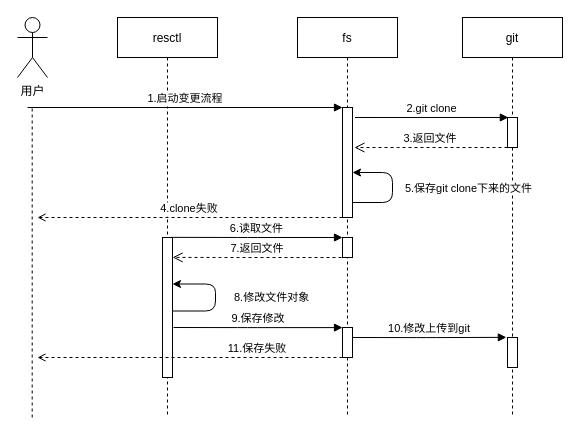
Above: Untitled Diagram.drawio in cv1002/iProject (draw.io), before the change. Source tidied: cells renumbered, new cells numbered last; positions are measured from the earlier drawing's top-left corner, leaving out a move shared by most shapes. Both pictures are drawn from the tidied source at 100%, with x=0, y=0 at pixel (17, 17).
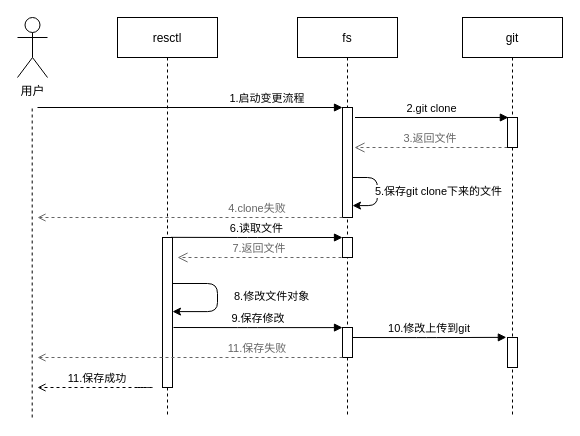
After the change.

The change refers to these unchanged cells:
```xml
<mxCell id="2" value="resctl" style="shape=umlLifeline;perimeter=lifelinePerimeter;rounded=0;shadow=0;strokeWidth=1;" parent="1" vertex="1">
  <mxGeometry x="100" width="100" height="400" as="geometry" />
</mxCell>
<mxCell id="11" style="points=[];perimeter=orthogonalPerimeter;rounded=0;shadow=0;strokeWidth=1;" parent="1" vertex="1">
  <mxGeometry x="325" y="90" width="10" height="110" as="geometry" />
</mxCell>
<mxCell id="15" style="points=[];perimeter=orthogonalPerimeter;rounded=0;shadow=0;strokeWidth=1;" parent="1" vertex="1">
  <mxGeometry x="490" y="100" width="10" height="30" as="geometry" />
</mxCell>
```

Diff of the diagram source:
```diff
@@
     <mxCell id="3" style="points=[];perimeter=orthogonalPerimeter;rounded=0;shadow=0;strokeWidth=1;" parent="2" vertex="1">
-      <mxGeometry x="45" y="220" width="10" height="140" as="geometry" />
+      <mxGeometry x="45" y="220" width="10" height="150" as="geometry" />
     </mxCell>
-    <mxCell id="4" style="edgeStyle=segmentEdgeStyle;endArrow=classic;html=1;" parent="2" edge="1">
+    <mxCell id="4" style="edgeStyle=segmentEdgeStyle;endArrow=classic;html=1;entryX=1.3;entryY=0.494;entryDx=0;entryDy=0;entryPerimeter=0;" parent="2" edge="1">
       <mxGeometry relative="1" as="geometry">
-        <mxPoint x="55" y="293.5" as="sourcePoint" />
-        <mxPoint x="55" y="266.5" as="targetPoint" />
+        <mxPoint x="55" y="266" as="sourcePoint" />
+        <mxPoint x="55" y="294.1" as="targetPoint" />
         <Array as="points">
-          <mxPoint x="98" y="293.5" />
-          <mxPoint x="98" y="266.5" />
+          <mxPoint x="100" y="266" />
+          <mxPoint x="100" y="294" />
         </Array>
       </mxGeometry>
     </mxCell>
     <mxCell id="5" value="&amp;nbsp; 8.修改文件对象" style="edgeLabel;html=1;align=center;verticalAlign=middle;" parent="4" vertex="1">
       <mxGeometry x="-0.01" y="1" relative="1" as="geometry">
-        <mxPoint x="53" y="-1" as="offset" />
+        <mxPoint x="49" y="-1" as="offset" />
       </mxGeometry>
     </mxCell>
@@
-    <mxCell id="8" value="3.返回文件" style="verticalAlign=bottom;endArrow=open;dashed=1;endSize=8;shadow=0;strokeWidth=1;" parent="1" edge="1" source="15">
+    <mxCell id="8" value="3.返回文件" style="verticalAlign=bottom;endArrow=open;dashed=1;endSize=8;shadow=0;strokeWidth=1;strokeColor=#666666;fontColor=#666666;" parent="1" edge="1" source="15">
       <mxGeometry relative="1" as="geometry">
         <mxPoint x="337" y="130" as="targetPoint" />
         <Array as="points">
           <mxPoint x="390" y="130" />
         </Array>
       </mxGeometry>
     </mxCell>
@@
     <mxCell id="10" value="1.启动变更流程" style="verticalAlign=bottom;endArrow=block;shadow=0;strokeWidth=1;" parent="1" edge="1" target="11">
-      <mxGeometry relative="1" as="geometry">
-        <mxPoint x="10" y="90" as="sourcePoint" />
+      <mxGeometry x="0.51" relative="1" as="geometry">
+        <mxPoint x="20" y="90" as="sourcePoint" />
       </mxGeometry>
     </mxCell>
@@
-    <mxCell id="16" style="edgeStyle=segmentEdgeStyle;endArrow=classic;html=1;" parent="1" edge="1">
-      <mxGeometry relative="1" as="geometry">
-        <mxPoint x="335" y="185" as="sourcePoint" />
-        <mxPoint x="335" y="155" as="targetPoint" />
-        <Array as="points">
-          <mxPoint x="375" y="185" />
-          <mxPoint x="375" y="155" />
-        </Array>
-      </mxGeometry>
-    </mxCell>
-    <mxCell id="17" value="5.保存git clone下来的文件" style="edgeLabel;html=1;align=center;verticalAlign=middle;" parent="16" vertex="1">
-      <mxGeometry x="-0.01" y="1" relative="1" as="geometry">
-        <mxPoint x="76" y="-1" as="offset" />
-      </mxGeometry>
-    </mxCell>
-    <mxCell id="18" value="4.clone失败" style="verticalAlign=bottom;endArrow=open;shadow=0;strokeWidth=1;dashed=1;" parent="1" edge="1">
-      <mxGeometry relative="1" as="geometry">
+    <mxCell id="18" value="4.clone失败" style="verticalAlign=bottom;endArrow=open;shadow=0;strokeWidth=1;dashed=1;strokeColor=#666666;fontColor=#666666;" parent="1" edge="1">
+      <mxGeometry x="-0.44" relative="1" as="geometry">
         <mxPoint x="325" y="200" as="sourcePoint" />
         <mxPoint x="20" y="200" as="targetPoint" />
       </mxGeometry>
     </mxCell>
@@
-    <mxCell id="21" value="7.返回文件" style="verticalAlign=bottom;endArrow=open;dashed=1;endSize=8;shadow=0;strokeWidth=1;entryX=1.014;entryY=0.142;entryDx=0;entryDy=0;entryPerimeter=0;" parent="1" edge="1" target="3">
+    <mxCell id="21" value="7.返回文件" style="verticalAlign=bottom;endArrow=open;dashed=1;endSize=8;shadow=0;strokeWidth=1;strokeColor=#666666;fontColor=#666666;" parent="1" edge="1">
       <mxGeometry relative="1" as="geometry">
         <mxPoint x="324" y="240" as="sourcePoint" />
+        <mxPoint x="160" y="240" as="targetPoint" />
         <Array as="points">
           <mxPoint x="213" y="240" />
         </Array>
       </mxGeometry>
     </mxCell>
@@
-    <mxCell id="25" value="11.保存失败" style="verticalAlign=bottom;endArrow=open;shadow=0;strokeWidth=1;dashed=1;" parent="1" edge="1">
+    <mxCell id="25" value="11.保存失败" style="verticalAlign=bottom;endArrow=open;shadow=0;strokeWidth=1;dashed=1;strokeColor=#666666;fontColor=#666666;" parent="1" edge="1">
       <mxGeometry x="-0.44" relative="1" as="geometry">
         <mxPoint x="325" y="340" as="sourcePoint" />
         <mxPoint x="20" y="340" as="targetPoint" />
       </mxGeometry>
     </mxCell>
+    <mxCell id="26" value="11.保存成功" style="verticalAlign=bottom;endArrow=open;shadow=0;strokeWidth=1;dashed=1;" parent="1" edge="1">
+      <mxGeometry x="0.14" relative="1" as="geometry">
+        <mxPoint x="120" y="370" as="sourcePoint" />
+        <mxPoint x="20" y="370" as="targetPoint" />
+        <Array as="points">
+          <mxPoint x="140" y="370" />
+        </Array>
+      </mxGeometry>
+    </mxCell>
+    <mxCell id="27" style="edgeStyle=segmentEdgeStyle;endArrow=classic;html=1;entryX=1.3;entryY=0.494;entryDx=0;entryDy=0;entryPerimeter=0;" parent="1" edge="1">
+      <mxGeometry relative="1" as="geometry">
+        <mxPoint x="335" y="160" as="sourcePoint" />
+        <mxPoint x="335" y="188.1" as="targetPoint" />
+        <Array as="points">
+          <mxPoint x="360" y="160" />
+          <mxPoint x="360" y="188" />
+        </Array>
+      </mxGeometry>
+    </mxCell>
+    <mxCell id="17" value="5.保存git clone下来的文件" style="edgeLabel;html=1;align=center;verticalAlign=middle;" parent="27" vertex="1">
+      <mxGeometry x="-0.01" y="1" relative="1" as="geometry">
+        <mxPoint x="59" y="-1" as="offset" />
+      </mxGeometry>
+    </mxCell>
```
